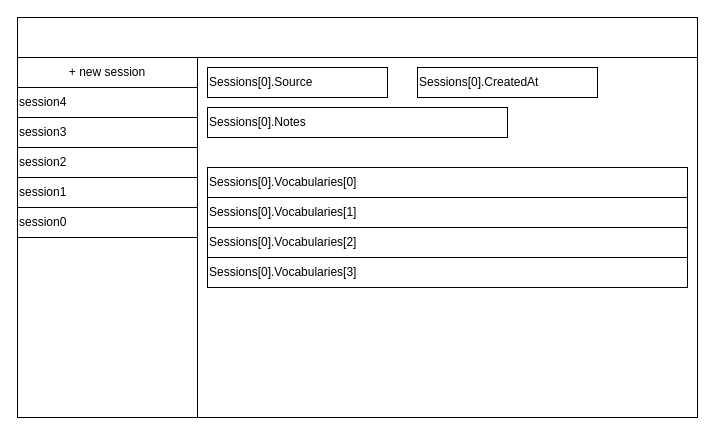
Earlier version of the draw.io diagram mockup.drawio (jwu02/vocabulary-mining). Source tidied: cells renumbered, new cells numbered last; positions are measured from the earlier drawing's top-left corner, leaving out a move shared by most shapes. Both pictures are drawn from the tidied source at 100%, with x=0, y=0 at pixel (17, 17).
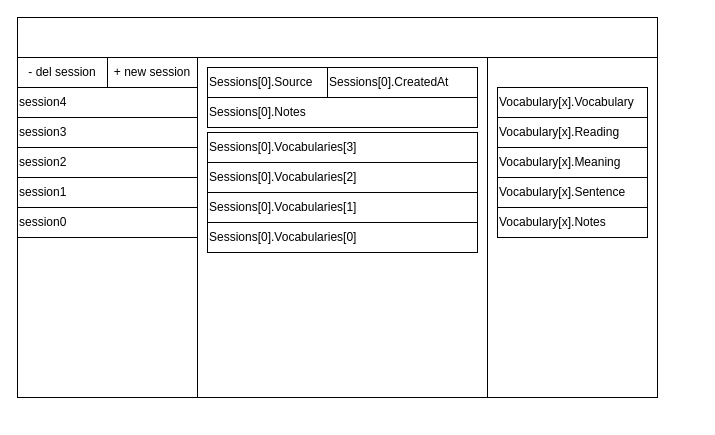
After the change.

Commit message:
added vocab panel

Change to the diagram source:
```diff
@@
     <mxCell id="2" style="rounded=0;whiteSpace=wrap;html=1;" parent="1" vertex="1">
-      <mxGeometry width="680" height="400" as="geometry" />
+      <mxGeometry width="640" height="380" as="geometry" />
     </mxCell>
     <mxCell id="3" style="rounded=0;whiteSpace=wrap;html=1;" parent="1" vertex="1">
-      <mxGeometry y="40" width="180" height="360" as="geometry" />
+      <mxGeometry y="40" width="180" height="340" as="geometry" />
     </mxCell>
     <mxCell id="4" value="+ new session" style="rounded=0;whiteSpace=wrap;html=1;" parent="1" vertex="1">
-      <mxGeometry y="40" width="180" height="30" as="geometry" />
+      <mxGeometry x="90" y="40" width="90" height="30" as="geometry" />
     </mxCell>
@@
     <mxCell id="10" style="rounded=0;whiteSpace=wrap;html=1;" parent="1" vertex="1">
-      <mxGeometry width="680" height="40" as="geometry" />
+      <mxGeometry width="640" height="40" as="geometry" />
     </mxCell>
     <mxCell id="11" value="Sessions[0].Source" style="rounded=0;whiteSpace=wrap;html=1;align=left;" parent="1" vertex="1">
-      <mxGeometry x="190" y="50" width="180" height="30" as="geometry" />
+      <mxGeometry x="190" y="50" width="120" height="30" as="geometry" />
     </mxCell>
     <mxCell id="12" value="Sessions[0].Notes" style="rounded=0;whiteSpace=wrap;html=1;align=left;" parent="1" vertex="1">
-      <mxGeometry x="190" y="90" width="300" height="30" as="geometry" />
+      <mxGeometry x="190" y="80" width="270" height="30" as="geometry" />
     </mxCell>
     <mxCell id="13" value="Sessions[0].CreatedAt" style="rounded=0;whiteSpace=wrap;html=1;align=left;" parent="1" vertex="1">
-      <mxGeometry x="400" y="50" width="180" height="30" as="geometry" />
+      <mxGeometry x="310" y="50" width="150" height="30" as="geometry" />
     </mxCell>
     <mxCell id="14" value="Sessions[0].Vocabularies[0]" style="rounded=0;whiteSpace=wrap;html=1;align=left;" parent="1" vertex="1">
-      <mxGeometry x="190" y="150" width="480" height="30" as="geometry" />
+      <mxGeometry x="190" y="205" width="270" height="30" as="geometry" />
     </mxCell>
     <mxCell id="15" value="Sessions[0].Vocabularies[1]" style="rounded=0;whiteSpace=wrap;html=1;align=left;" parent="1" vertex="1">
-      <mxGeometry x="190" y="180" width="480" height="30" as="geometry" />
+      <mxGeometry x="190" y="175" width="270" height="30" as="geometry" />
     </mxCell>
     <mxCell id="16" value="Sessions[0].Vocabularies[2]" style="rounded=0;whiteSpace=wrap;html=1;align=left;" parent="1" vertex="1">
-      <mxGeometry x="190" y="210" width="480" height="30" as="geometry" />
+      <mxGeometry x="190" y="145" width="270" height="30" as="geometry" />
     </mxCell>
     <mxCell id="17" value="Sessions[0].Vocabularies[3]" style="rounded=0;whiteSpace=wrap;html=1;align=left;" parent="1" vertex="1">
-      <mxGeometry x="190" y="240" width="480" height="30" as="geometry" />
+      <mxGeometry x="190" y="115" width="270" height="30" as="geometry" />
     </mxCell>
+    <mxCell id="18" value="- del session" style="rounded=0;whiteSpace=wrap;html=1;" parent="1" vertex="1">
+      <mxGeometry y="40" width="90" height="30" as="geometry" />
+    </mxCell>
+    <mxCell id="19" style="rounded=0;whiteSpace=wrap;html=1;" parent="1" vertex="1">
+      <mxGeometry x="470" y="40" width="170" height="340" as="geometry" />
+    </mxCell>
+    <mxCell id="20" value="Vocabulary[x].Vocabulary" style="rounded=0;whiteSpace=wrap;html=1;align=left;" parent="1" vertex="1">
+      <mxGeometry x="480" y="70" width="150" height="30" as="geometry" />
+    </mxCell>
+    <mxCell id="21" value="Vocabulary[x].Reading" style="rounded=0;whiteSpace=wrap;html=1;align=left;" parent="1" vertex="1">
+      <mxGeometry x="480" y="100" width="150" height="30" as="geometry" />
+    </mxCell>
+    <mxCell id="22" value="Vocabulary[x].Meaning" style="rounded=0;whiteSpace=wrap;html=1;align=left;" parent="1" vertex="1">
+      <mxGeometry x="480" y="130" width="150" height="30" as="geometry" />
+    </mxCell>
+    <mxCell id="23" value="Vocabulary[x].Sentence" style="rounded=0;whiteSpace=wrap;html=1;align=left;" parent="1" vertex="1">
+      <mxGeometry x="480" y="160" width="150" height="30" as="geometry" />
+    </mxCell>
+    <mxCell id="24" value="Vocabulary[x].Notes" style="rounded=0;whiteSpace=wrap;html=1;align=left;" parent="1" vertex="1">
+      <mxGeometry x="480" y="190" width="150" height="30" as="geometry" />
+    </mxCell>
```
